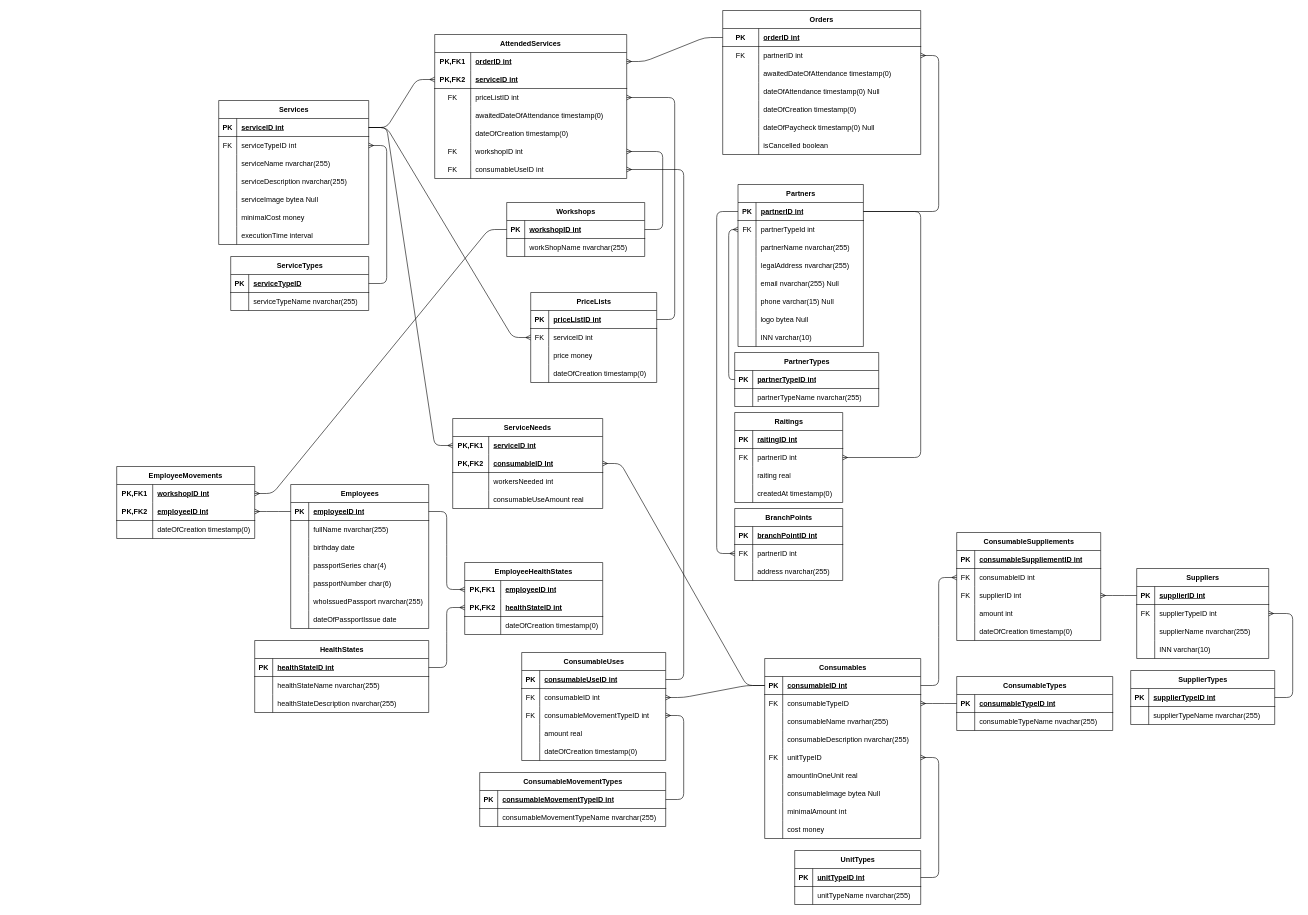
Earlier version of the draw.io diagram Схемы/ER_DB_diagram.drawio (jecsonM/My-studPractice4Course). Source tidied: cells renumbered, new cells numbered last; positions are measured from the earlier drawing's top-left corner, leaving out a move shared by most shapes. Both pictures are drawn from the tidied source at 60%, with x=0, y=0 at pixel (116, 10).
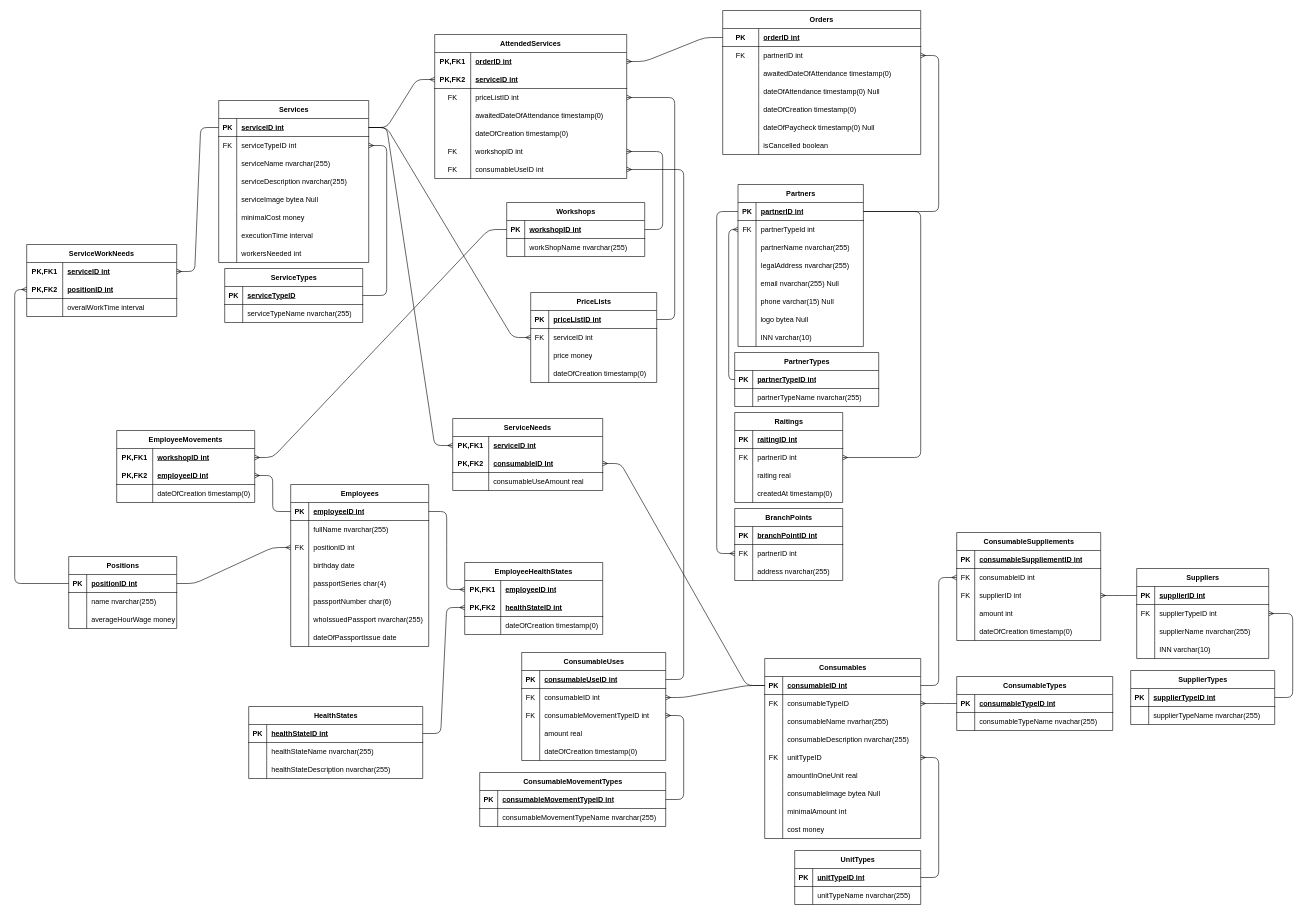
The same diagram, later.

The change refers to these unchanged cells:
```xml
<mxCell id="3" style="shape=tableRow;horizontal=0;startSize=0;swimlaneHead=0;swimlaneBody=0;fillColor=none;points=[[0,0.5],[1,0.5]];portConstraint=eastwest;top=0;left=0;right=0;bottom=1;" parent="2" vertex="1">
  <mxGeometry y="30" width="250" height="30" as="geometry" />
</mxCell>
```

Change to the diagram source:
```diff
@@
     <mxCell id="2" value="Services" style="shape=table;startSize=30;childLayout=tableLayout;rowLines=0;fontStyle=1;align=center;html=1;" parent="1" vertex="1">
-      <mxGeometry x="170" y="150" width="250" height="240" as="geometry" />
+      <mxGeometry x="170" y="150" width="250" height="270" as="geometry" />
     </mxCell>
@@
+    <mxCell id="340" style="shape=tableRow;horizontal=0;startSize=0;swimlaneHead=0;swimlaneBody=0;fillColor=none;top=0;left=0;right=0;bottom=0;" parent="2" vertex="1">
+      <mxGeometry y="240" width="250" height="30" as="geometry" />
+    </mxCell>
+    <mxCell id="341" style="shape=partialRectangle;fillColor=none;top=0;left=0;bottom=0;right=0;overflow=hidden;" parent="340" vertex="1">
+      <mxGeometry width="30" height="30" as="geometry" />
+    </mxCell>
+    <mxCell id="279" value="workersNeeded int" style="shape=partialRectangle;fillColor=none;top=0;left=0;bottom=0;right=0;align=left;spacingLeft=6;overflow=hidden;" parent="340" vertex="1">
+      <mxGeometry x="30" width="220" height="30" as="geometry" />
+    </mxCell>
@@
     <mxCell id="65" value="Employees" style="shape=table;startSize=30;childLayout=tableLayout;rowLines=0;fontStyle=1;align=center;html=1;" parent="1" vertex="1">
-      <mxGeometry x="290" y="790" width="230" height="240" as="geometry" />
+      <mxGeometry x="290" y="790" width="230" height="270" as="geometry" />
     </mxCell>
@@
+    <mxCell id="342" style="shape=tableRow;horizontal=0;startSize=0;swimlaneHead=0;swimlaneBody=0;fillColor=none;points=[[0,0.5],[1,0.5]];portConstraint=eastwest;top=0;left=0;right=0;bottom=0;" parent="65" vertex="1">
+      <mxGeometry y="90" width="230" height="30" as="geometry" />
+    </mxCell>
+    <mxCell id="343" value="FK" style="shape=partialRectangle;fillColor=none;top=0;left=0;bottom=0;right=0;fontStyle=0;overflow=hidden;whiteSpace=wrap;html=1;" parent="342" vertex="1">
+      <mxGeometry width="30" height="30" as="geometry" />
+    </mxCell>
+    <mxCell id="344" value="positionID int" style="shape=partialRectangle;fillColor=none;top=0;left=0;bottom=0;right=0;align=left;spacingLeft=6;fontStyle=0;overflow=hidden;whiteSpace=wrap;html=1;" parent="342" vertex="1">
+      <mxGeometry x="30" width="200" height="30" as="geometry" />
+    </mxCell>
     <mxCell id="72" style="shape=tableRow;horizontal=0;startSize=0;swimlaneHead=0;swimlaneBody=0;fillColor=none;top=0;left=0;right=0;bottom=0;" parent="65" vertex="1">
-      <mxGeometry y="90" width="230" height="30" as="geometry" />
+      <mxGeometry y="120" width="230" height="30" as="geometry" />
     </mxCell>
@@
     <mxCell id="75" style="shape=tableRow;horizontal=0;startSize=0;swimlaneHead=0;swimlaneBody=0;fillColor=none;top=0;left=0;right=0;bottom=0;" parent="65" vertex="1">
-      <mxGeometry y="120" width="230" height="30" as="geometry" />
+      <mxGeometry y="150" width="230" height="30" as="geometry" />
     </mxCell>
@@
     <mxCell id="78" style="shape=tableRow;horizontal=0;startSize=0;swimlaneHead=0;swimlaneBody=0;fillColor=none;top=0;left=0;right=0;bottom=0;" parent="65" vertex="1">
-      <mxGeometry y="150" width="230" height="30" as="geometry" />
+      <mxGeometry y="180" width="230" height="30" as="geometry" />
     </mxCell>
@@
     <mxCell id="81" style="shape=tableRow;horizontal=0;startSize=0;swimlaneHead=0;swimlaneBody=0;fillColor=none;top=0;left=0;right=0;bottom=0;" parent="65" vertex="1">
-      <mxGeometry y="180" width="230" height="30" as="geometry" />
+      <mxGeometry y="210" width="230" height="30" as="geometry" />
     </mxCell>
@@
     <mxCell id="84" style="shape=tableRow;horizontal=0;startSize=0;swimlaneHead=0;swimlaneBody=0;fillColor=none;top=0;left=0;right=0;bottom=0;" parent="65" vertex="1">
-      <mxGeometry y="210" width="230" height="30" as="geometry" />
+      <mxGeometry y="240" width="230" height="30" as="geometry" />
     </mxCell>
@@
     <mxCell id="186" value="HealthStates" style="shape=table;startSize=30;childLayout=tableLayout;rowLines=0;fontStyle=1;align=center;html=1;" parent="1" vertex="1">
-      <mxGeometry x="230" y="1050" width="290" height="120" as="geometry" />
+      <mxGeometry x="220" y="1160" width="290" height="120" as="geometry" />
     </mxCell>
@@
     <mxCell id="263" value="ServiceTypes" style="shape=table;startSize=30;childLayout=tableLayout;rowLines=0;fontStyle=1;align=center;html=1;" parent="1" vertex="1">
-      <mxGeometry x="190" y="410" width="230" height="90" as="geometry" />
+      <mxGeometry x="180" y="430" width="230" height="90" as="geometry" />
     </mxCell>
@@
     <mxCell id="270" value="ServiceNeeds" style="shape=table;startSize=30;childLayout=tableLayout;rowLines=0;fontStyle=1;align=center;html=1;whiteSpace=wrap;" parent="1" vertex="1">
-      <mxGeometry x="560" y="680" width="250" height="150" as="geometry" />
+      <mxGeometry x="560" y="680" width="250" height="120" as="geometry" />
     </mxCell>
@@
-    <mxCell id="277" style="shape=tableRow;horizontal=0;startSize=0;swimlaneHead=0;swimlaneBody=0;fillColor=none;top=0;left=0;right=0;bottom=0;html=1;" parent="270" vertex="1">
-      <mxGeometry y="90" width="250" height="30" as="geometry" />
-    </mxCell>
-    <mxCell id="278" style="shape=partialRectangle;fillColor=none;top=0;left=0;bottom=0;right=0;overflow=hidden;html=1;whiteSpace=wrap;" parent="277" vertex="1">
-      <mxGeometry width="60" height="30" as="geometry" />
-    </mxCell>
-    <mxCell id="279" value="workersNeeded int" style="shape=partialRectangle;fillColor=none;top=0;left=0;bottom=0;right=0;align=left;spacingLeft=6;overflow=hidden;html=1;whiteSpace=wrap;" parent="277" vertex="1">
-      <mxGeometry x="60" width="190" height="30" as="geometry" />
-    </mxCell>
     <mxCell id="280" style="shape=tableRow;horizontal=0;startSize=0;swimlaneHead=0;swimlaneBody=0;fillColor=none;top=0;left=0;right=0;bottom=0;" parent="270" vertex="1">
-      <mxGeometry y="120" width="250" height="30" as="geometry" />
+      <mxGeometry y="90" width="250" height="30" as="geometry" />
     </mxCell>
@@
     <mxCell id="306" value="EmployeeMovements" style="shape=table;startSize=30;childLayout=tableLayout;rowLines=0;fontStyle=1;align=center;html=1;whiteSpace=wrap;" parent="1" vertex="1">
-      <mxGeometry y="760" width="230" height="120" as="geometry" />
+      <mxGeometry y="700" width="230" height="120" as="geometry" />
     </mxCell>
@@
+    <mxCell id="345" value="ServiceWorkNeeds" style="shape=table;startSize=30;childLayout=tableLayout;rowLines=0;fontStyle=1;align=center;html=1;whiteSpace=wrap;" parent="1" vertex="1">
+      <mxGeometry x="-150" y="390" width="250" height="120" as="geometry" />
+    </mxCell>
+    <mxCell id="346" style="shape=tableRow;horizontal=0;startSize=0;swimlaneHead=0;swimlaneBody=0;fillColor=none;points=[[0,0.5],[1,0.5]];portConstraint=eastwest;top=0;left=0;right=0;bottom=0;html=1;" parent="345" vertex="1">
+      <mxGeometry y="30" width="250" height="30" as="geometry" />
+    </mxCell>
+    <mxCell id="347" value="PK,FK1" style="shape=partialRectangle;fillColor=none;top=0;left=0;bottom=0;right=0;fontStyle=1;overflow=hidden;html=1;whiteSpace=wrap;" parent="346" vertex="1">
+      <mxGeometry width="60" height="30" as="geometry" />
+    </mxCell>
+    <mxCell id="348" value="serviceID int" style="shape=partialRectangle;fillColor=none;top=0;left=0;bottom=0;right=0;align=left;spacingLeft=6;fontStyle=5;overflow=hidden;html=1;whiteSpace=wrap;" parent="346" vertex="1">
+      <mxGeometry x="60" width="190" height="30" as="geometry" />
+    </mxCell>
+    <mxCell id="349" style="shape=tableRow;horizontal=0;startSize=0;swimlaneHead=0;swimlaneBody=0;fillColor=none;points=[[0,0.5],[1,0.5]];portConstraint=eastwest;top=0;left=0;right=0;bottom=1;html=1;" parent="345" vertex="1">
+      <mxGeometry y="60" width="250" height="30" as="geometry" />
+    </mxCell>
+    <mxCell id="350" value="PK,FK2" style="shape=partialRectangle;fillColor=none;top=0;left=0;bottom=0;right=0;fontStyle=1;overflow=hidden;html=1;whiteSpace=wrap;" parent="349" vertex="1">
+      <mxGeometry width="60" height="30" as="geometry" />
+    </mxCell>
+    <mxCell id="351" value="positionID int" style="shape=partialRectangle;fillColor=none;top=0;left=0;bottom=0;right=0;align=left;spacingLeft=6;fontStyle=5;overflow=hidden;html=1;whiteSpace=wrap;" parent="349" vertex="1">
+      <mxGeometry x="60" width="190" height="30" as="geometry" />
+    </mxCell>
+    <mxCell id="352" style="shape=tableRow;horizontal=0;startSize=0;swimlaneHead=0;swimlaneBody=0;fillColor=none;top=0;left=0;right=0;bottom=0;" parent="345" vertex="1">
+      <mxGeometry y="90" width="250" height="30" as="geometry" />
+    </mxCell>
+    <mxCell id="353" style="shape=partialRectangle;fillColor=none;top=0;left=0;bottom=0;right=0;overflow=hidden;" parent="352" vertex="1">
+      <mxGeometry width="60" height="30" as="geometry" />
+    </mxCell>
+    <mxCell id="354" value="overalWorkTime interval" style="shape=partialRectangle;fillColor=none;top=0;left=0;bottom=0;right=0;align=left;spacingLeft=6;overflow=hidden;" parent="352" vertex="1">
+      <mxGeometry x="60" width="190" height="30" as="geometry" />
+    </mxCell>
+    <mxCell id="355" value="Positions" style="shape=table;startSize=30;childLayout=tableLayout;rowLines=0;fontStyle=1;align=center;html=1;" parent="1" vertex="1">
+      <mxGeometry x="-80" y="910" width="180" height="120" as="geometry" />
+    </mxCell>
+    <mxCell id="356" style="shape=tableRow;horizontal=0;startSize=0;swimlaneHead=0;swimlaneBody=0;fillColor=none;points=[[0,0.5],[1,0.5]];portConstraint=eastwest;top=0;left=0;right=0;bottom=1;" parent="355" vertex="1">
+      <mxGeometry y="30" width="180" height="30" as="geometry" />
+    </mxCell>
+    <mxCell id="357" value="PK" style="shape=partialRectangle;fillColor=none;top=0;left=0;bottom=0;right=0;fontStyle=1;overflow=hidden;whiteSpace=wrap;html=1;" parent="356" vertex="1">
+      <mxGeometry width="30" height="30" as="geometry" />
+    </mxCell>
+    <mxCell id="358" value="positionID int" style="shape=partialRectangle;fillColor=none;top=0;left=0;bottom=0;right=0;align=left;spacingLeft=6;fontStyle=5;overflow=hidden;whiteSpace=wrap;html=1;" parent="356" vertex="1">
+      <mxGeometry x="30" width="150" height="30" as="geometry" />
+    </mxCell>
+    <mxCell id="359" style="shape=tableRow;horizontal=0;startSize=0;swimlaneHead=0;swimlaneBody=0;fillColor=none;top=0;left=0;right=0;bottom=0;" parent="355" vertex="1">
+      <mxGeometry y="60" width="180" height="30" as="geometry" />
+    </mxCell>
+    <mxCell id="360" style="shape=partialRectangle;fillColor=none;top=0;left=0;bottom=0;right=0;overflow=hidden;whiteSpace=wrap;html=1;" parent="359" vertex="1">
+      <mxGeometry width="30" height="30" as="geometry" />
+    </mxCell>
+    <mxCell id="361" value="&lt;span style=&quot;color: rgb(0, 0, 0); text-wrap-mode: nowrap;&quot;&gt;name nvarchar(255)&lt;/span&gt;" style="shape=partialRectangle;fillColor=none;top=0;left=0;bottom=0;right=0;align=left;spacingLeft=6;overflow=hidden;whiteSpace=wrap;html=1;" parent="359" vertex="1">
+      <mxGeometry x="30" width="150" height="30" as="geometry" />
+    </mxCell>
+    <mxCell id="362" style="shape=tableRow;horizontal=0;startSize=0;swimlaneHead=0;swimlaneBody=0;fillColor=none;top=0;left=0;right=0;bottom=0;" parent="355" vertex="1">
+      <mxGeometry y="90" width="180" height="30" as="geometry" />
+    </mxCell>
+    <mxCell id="363" style="shape=partialRectangle;fillColor=none;top=0;left=0;bottom=0;right=0;overflow=hidden;whiteSpace=wrap;html=1;" parent="362" vertex="1">
+      <mxGeometry width="30" height="30" as="geometry" />
+    </mxCell>
+    <mxCell id="364" value="averageHourWage money" style="shape=partialRectangle;fillColor=none;top=0;left=0;bottom=0;right=0;align=left;spacingLeft=6;overflow=hidden;whiteSpace=wrap;html=1;" parent="362" vertex="1">
+      <mxGeometry x="30" width="150" height="30" as="geometry" />
+    </mxCell>
+    <mxCell id="365" style="edgeStyle=entityRelationEdgeStyle;fontSize=12;html=1;endArrow=ERmany;endFill=0;" parent="1" edge="1" source="356" target="342">
+      <mxGeometry relative="1" as="geometry" />
+    </mxCell>
+    <mxCell id="366" style="edgeStyle=entityRelationEdgeStyle;fontSize=12;html=1;endArrow=ERmany;endFill=0;" parent="1" edge="1" source="3" target="346">
+      <mxGeometry relative="1" as="geometry" />
+    </mxCell>
+    <mxCell id="367" style="edgeStyle=elbowEdgeStyle;fontSize=12;html=1;endArrow=ERmany;endFill=0;exitX=0;exitY=0.5;exitDx=0;exitDy=0;entryX=0;entryY=0.5;entryDx=0;entryDy=0;" parent="1" edge="1" source="356" target="349">
+      <mxGeometry relative="1" as="geometry">
+        <Array as="points">
+          <mxPoint x="-170" y="720" />
+        </Array>
+      </mxGeometry>
+    </mxCell>
```
